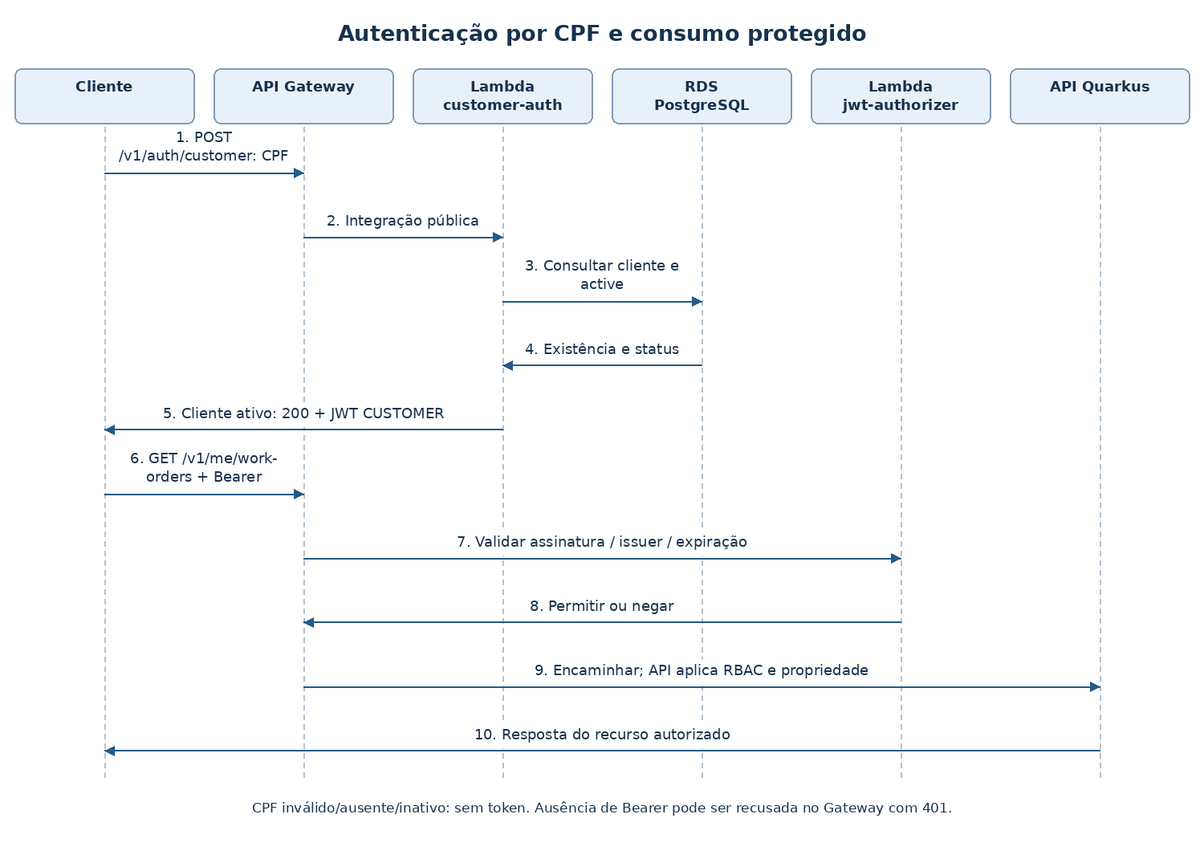
Before: docs/fase3/diagramas/autenticacao.png, a diagram exported from Mermaid (15SOAT-JVGG/oficina-infra-k8s). Its source is kept beside it as docs/fase3/diagramas/autenticacao.mmd. Its diagram source:
```mermaid
sequenceDiagram
  actor C as Cliente
  participant G as API Gateway
  participant A as Lambda customer-auth
  participant DB as RDS PostgreSQL
  participant J as Lambda jwt-authorizer
  participant API as API Quarkus
  C->>G: POST /v1/auth/customer (CPF)
  G->>A: Integração pública
  A->>A: Validar formato/dígitos
  A->>DB: Consultar cliente e active
  DB-->>A: Existência e status
  alt Cliente ativo
    A-->>C: 200 JWT RS256 / CUSTOMER
    C->>G: GET /v1/me/work-orders + Bearer
    G->>J: Validar JWT REQUEST 2.0
    J-->>G: Permitir ou negar
    G->>API: Encaminhar quando permitido
    API->>API: RBAC e vínculo ao cliente
    API-->>C: 200 ou recusa de domínio
  else CPF inválido, ausente ou inativo
    A-->>C: Erro sem token
  end
  Note over G,J: Sem identidade pode resultar em 401 sem invocar a Lambda
  Note over G,API: Token aceito não concede permissão operacional a CUSTOMER
```
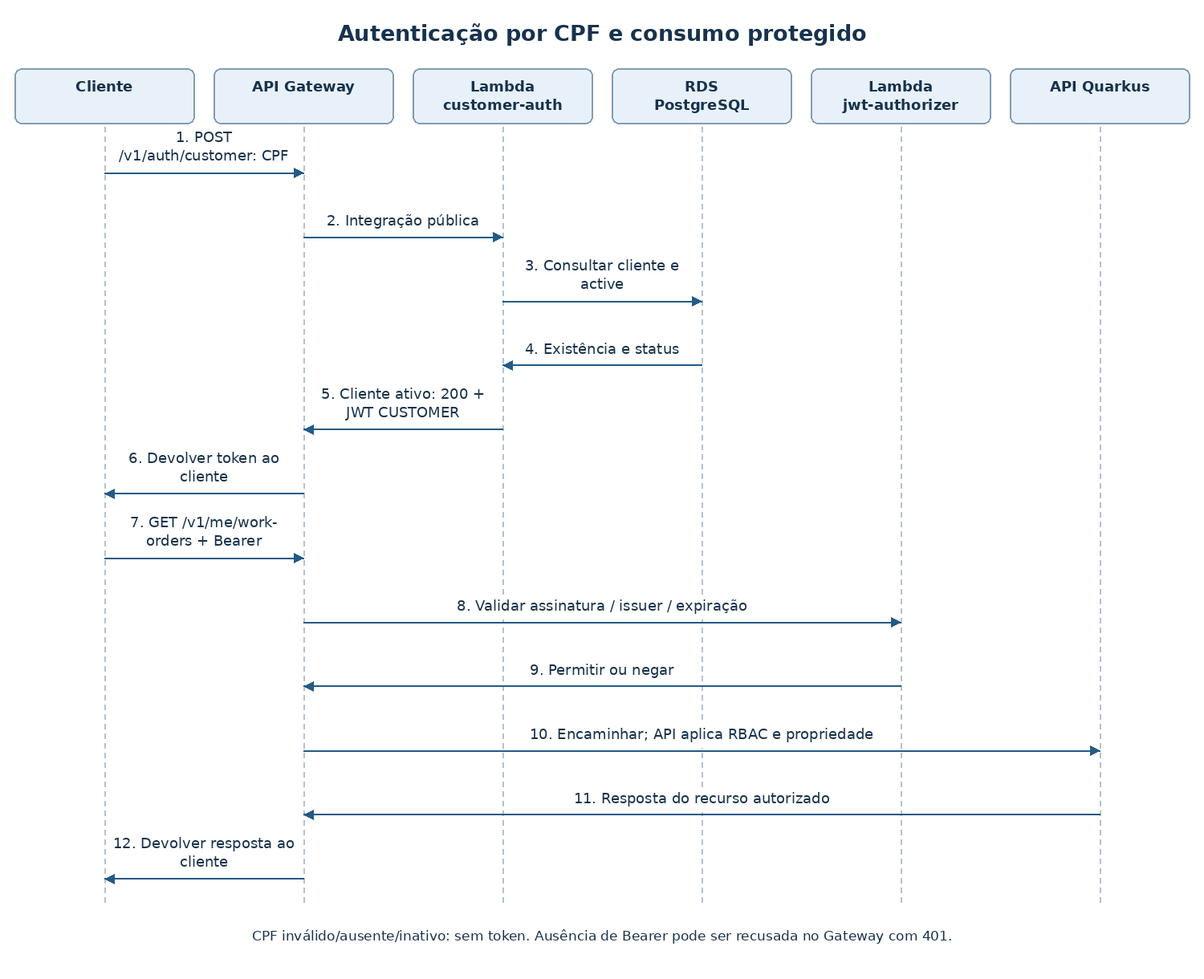
Later version of the same file.

Diff of the diagram source:
```diff
@@ -11,15 +11,22 @@
   A->>DB: Consultar cliente e active
   DB-->>A: Existência e status
   alt Cliente ativo
-    A-->>C: 200 JWT RS256 / CUSTOMER
+    A-->>G: 200 JWT RS256 / CUSTOMER
+    G-->>C: Devolver token
     C->>G: GET /v1/me/work-orders + Bearer
     G->>J: Validar JWT REQUEST 2.0
     J-->>G: Permitir ou negar
-    G->>API: Encaminhar quando permitido
-    API->>API: RBAC e vínculo ao cliente
-    API-->>C: 200 ou recusa de domínio
+    alt Token aceito
+      G->>API: Encaminhar quando permitido
+      API->>API: RBAC e vínculo ao cliente
+      API-->>G: 200 ou recusa de domínio
+      G-->>C: Devolver resposta
+    else Token recusado
+      G-->>C: 403 sem encaminhar à API
+    end
   else CPF inválido, ausente ou inativo
-    A-->>C: Erro sem token
+    A-->>G: Erro sem token
+    G-->>C: Devolver erro
   end
   Note over G,J: Sem identidade pode resultar em 401 sem invocar a Lambda
   Note over G,API: Token aceito não concede permissão operacional a CUSTOMER
```
